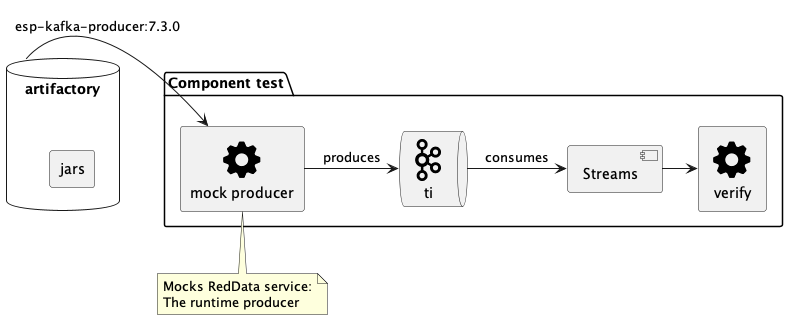
Above: images/src/main/plantuml/consumer-component-test.png in vspiliop/kafka-contract-test-producer (PlantUML), before the change.
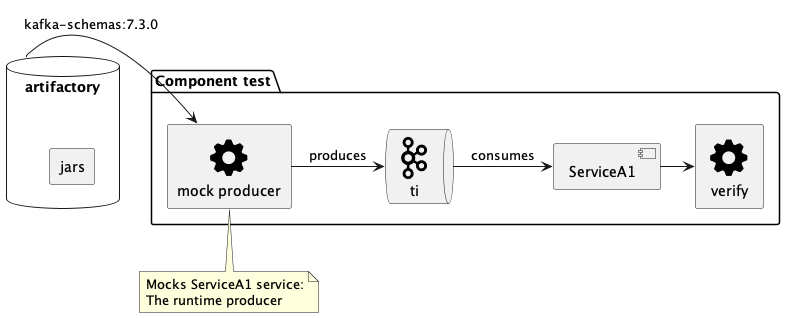
Above is the later version.

Diff of the diagram source:
```diff
@@ -4,12 +4,12 @@
 package "Component test" {
   rectangle "mock producer" <<$cog>> as tp
   queue ti <<$kafka>>
-  [Streams]
+  [ServiceA1]
   rectangle verify <<$cog>>
 }
 
 note bottom of tp
-  Mocks RedData service:
+  Mocks ServiceA1 service:
   The runtime producer
 end note
 
@@ -17,10 +17,10 @@
  rectangle jars
 }
 
-ar -> tp: esp-kafka-producer:7.3.0
+ar -> tp: kafka-schemas:7.3.0
 
 tp -right-> ti: produces
-ti -> [Streams]: consumes
-[Streams] -> verify
+ti -> [ServiceA1]: consumes
+[ServiceA1] -> verify
 
 @enduml
```
